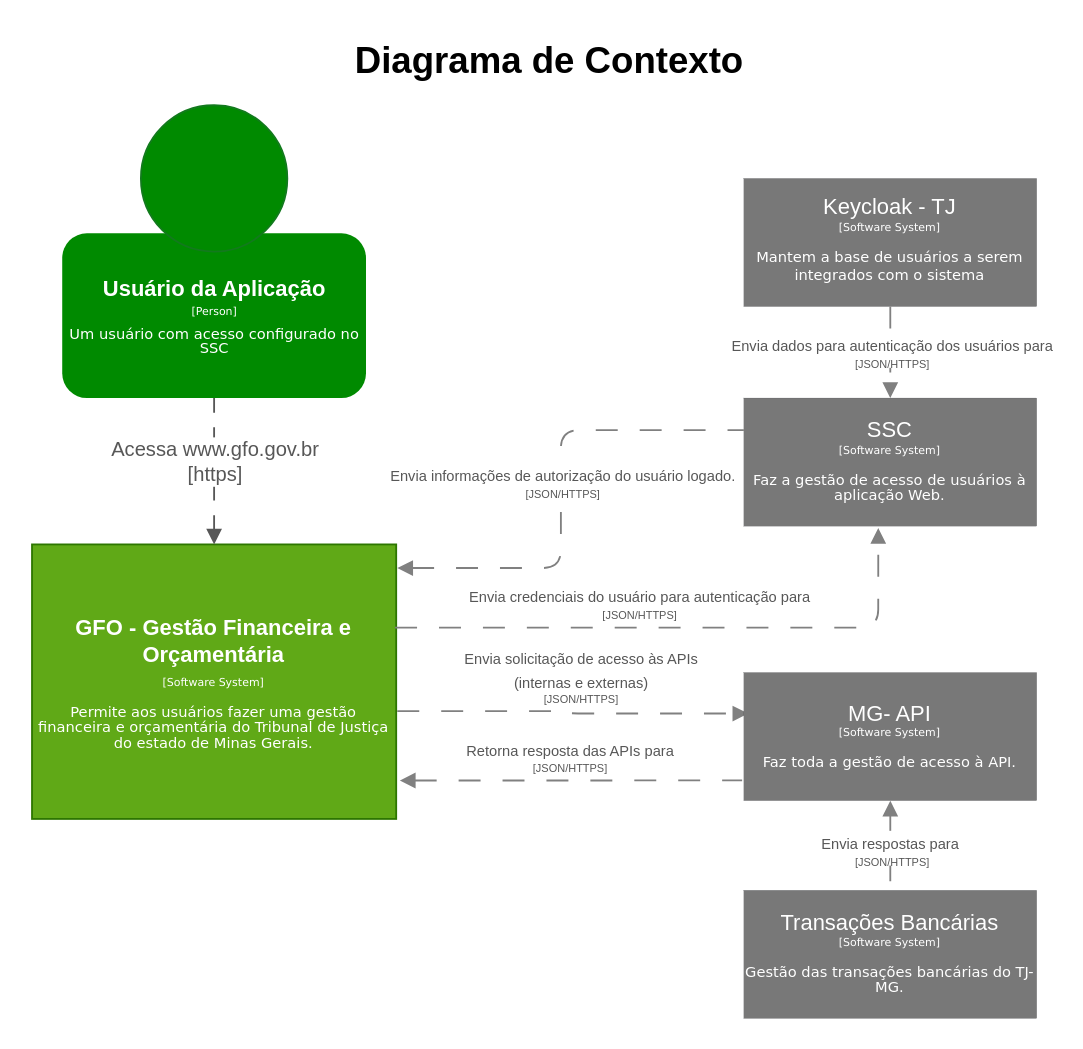
The draw.io diagram drawio/Diagrama Context v1.drawio in vitorecdias/drawio, before the edit. Source tidied: cells renumbered, new cells numbered last; positions are measured from the earlier drawing's top-left corner, leaving out a move shared by most shapes. Both pictures are drawn from the tidied source at 183%, with x=0, y=0 at pixel (31, 31).
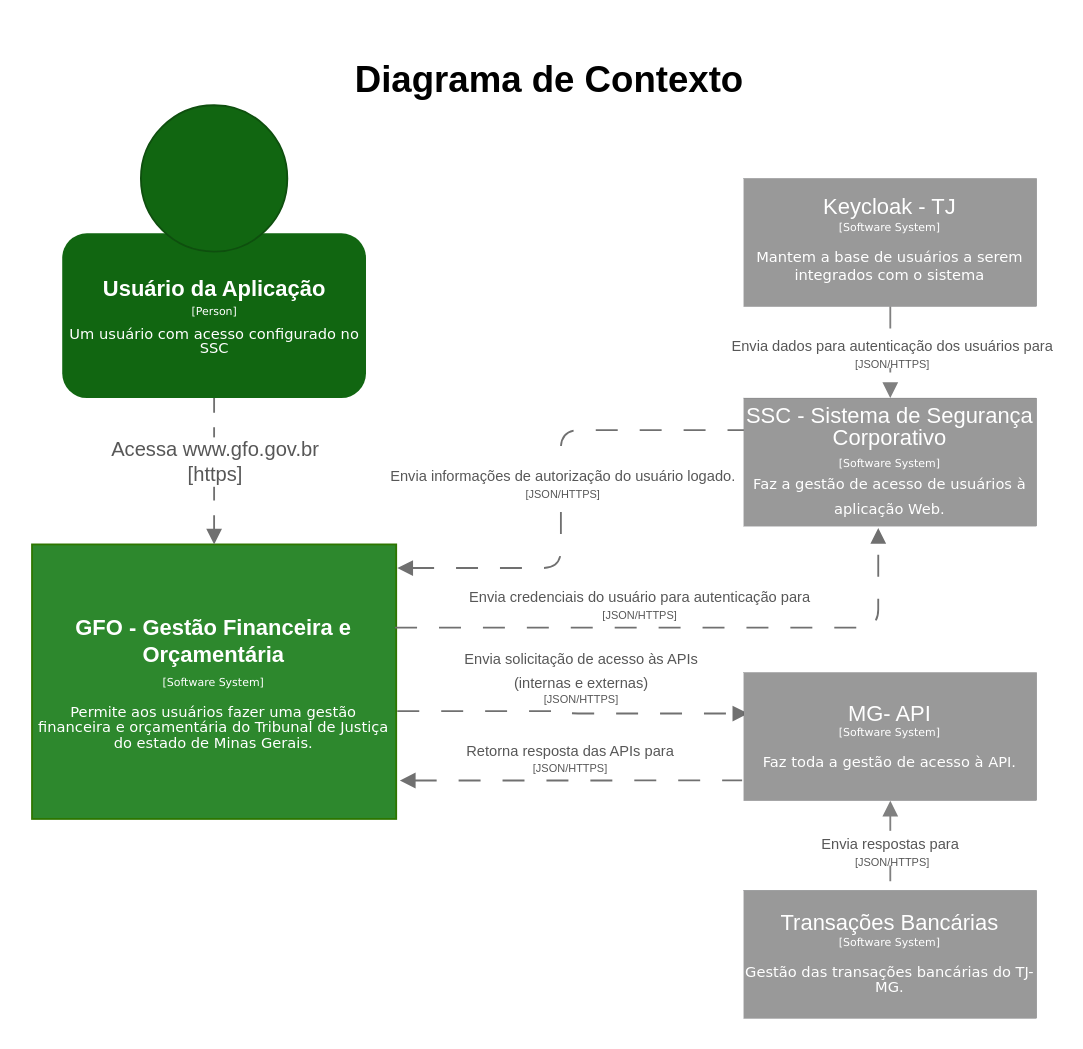
After the change.

The edit, as a diff of the source:
```diff
@@
     <mxCell id="2" value="&lt;font style=&quot;font-size: 20px;&quot;&gt;&lt;b&gt;Diagrama de Contexto&lt;/b&gt;&lt;/font&gt;" style="text;html=1;align=center;verticalAlign=middle;whiteSpace=wrap;rounded=0;" parent="1" vertex="1">
-      <mxGeometry x="118" width="330" height="30" as="geometry" />
+      <mxGeometry x="118" y="10" width="330" height="30" as="geometry" />
     </mxCell>
-    <mxCell id="3" style="edgeStyle=orthogonalEdgeStyle;rounded=1;jettySize=auto;html=1;curved=0;strokeColor=light-dark(#808080, #ededed);dashed=1;dashPattern=12 12;entryX=0.015;entryY=0.32;entryDx=0;entryDy=0;endArrow=block;endFill=1;exitX=1.003;exitY=0.607;exitDx=0;exitDy=0;exitPerimeter=0;entryPerimeter=0;" parent="1" edge="1" source="5" target="12">
+    <mxCell id="3" style="edgeStyle=orthogonalEdgeStyle;rounded=1;jettySize=auto;html=1;curved=0;strokeColor=light-dark(#707070,#EDEDED);dashed=1;dashPattern=12 12;entryX=0.015;entryY=0.32;entryDx=0;entryDy=0;endArrow=block;endFill=1;exitX=1.003;exitY=0.607;exitDx=0;exitDy=0;exitPerimeter=0;entryPerimeter=0;" parent="1" edge="1" source="5" target="12">
       <mxGeometry relative="1" as="geometry" />
     </mxCell>
@@
-    <mxCell id="5" value="&lt;div style=&quot;line-height: 70%;&quot;&gt;&lt;font&gt;&lt;b style=&quot;line-height: 130%;&quot;&gt;GFO - Gestão Financeira e Orçamentária&lt;/b&gt;&lt;/font&gt;&lt;div&gt;&lt;font face=&quot;Verdana&quot; style=&quot;font-size: 6px; line-height: 70%;&quot;&gt;[Software System]&lt;/font&gt;&lt;/div&gt;&lt;div&gt;&lt;font face=&quot;Verdana&quot; style=&quot;font-size: 6px; line-height: 70%;&quot;&gt;&lt;br&gt;&lt;/font&gt;&lt;/div&gt;&lt;div&gt;&lt;font face=&quot;Verdana&quot; style=&quot;line-height: 70%; font-size: 8px;&quot;&gt;Permite aos usuários fazer uma gestão financeira e orçamentária do Tribunal de Justiça do estado de Minas Gerais.&lt;/font&gt;&lt;/div&gt;&lt;/div&gt;" style="rounded=0;whiteSpace=wrap;html=1;fillColor=#60a917;fontColor=#ffffff;strokeColor=#2D7600;" parent="1" vertex="1">
+    <mxCell id="5" value="&lt;div style=&quot;line-height: 70%;&quot;&gt;&lt;font&gt;&lt;b style=&quot;line-height: 130%;&quot;&gt;GFO - Gestão Financeira e Orçamentária&lt;/b&gt;&lt;/font&gt;&lt;div&gt;&lt;font face=&quot;Verdana&quot; style=&quot;font-size: 6px; line-height: 70%;&quot;&gt;[Software System]&lt;/font&gt;&lt;/div&gt;&lt;div&gt;&lt;font face=&quot;Verdana&quot; style=&quot;font-size: 6px; line-height: 70%;&quot;&gt;&lt;br&gt;&lt;/font&gt;&lt;/div&gt;&lt;div&gt;&lt;font face=&quot;Verdana&quot; style=&quot;line-height: 70%; font-size: 8px;&quot;&gt;Permite aos usuários fazer uma gestão financeira e orçamentária do Tribunal de Justiça do estado de Minas Gerais.&lt;/font&gt;&lt;/div&gt;&lt;/div&gt;" style="rounded=0;whiteSpace=wrap;html=1;fillColor=#2D882D;fontColor=#ffffff;strokeColor=#2D7600;" parent="1" vertex="1">
       <mxGeometry y="280" width="199" height="150" as="geometry" />
     </mxCell>
-    <mxCell id="6" value="&lt;div style=&quot;line-height: 70%;&quot;&gt;SSC&lt;br&gt;&lt;div&gt;&lt;font style=&quot;font-size: 6px; line-height: 70%;&quot; face=&quot;Verdana&quot;&gt;[Software System]&lt;/font&gt;&lt;/div&gt;&lt;div&gt;&lt;font style=&quot;font-size: 6px; line-height: 70%;&quot; face=&quot;Verdana&quot;&gt;&lt;br&gt;&lt;/font&gt;&lt;/div&gt;&lt;div&gt;&lt;font style=&quot;line-height: 70%; font-size: 8px;&quot; face=&quot;Verdana&quot;&gt;Faz a gestão de acesso de usuários à aplicação Web.&lt;/font&gt;&lt;/div&gt;&lt;/div&gt;" style="rounded=0;whiteSpace=wrap;html=1;fillColor=light-dark(#787878, #515151);strokeColor=#36393d;fontColor=#FFFFFF;strokeWidth=0;" parent="1" vertex="1">
+    <mxCell id="6" value="&lt;div style=&quot;line-height: 100%;&quot;&gt;SSC - Sistema de Segurança Corporativo&lt;br&gt;&lt;div&gt;&lt;font style=&quot;font-size: 6px; line-height: 70%;&quot; face=&quot;Verdana&quot;&gt;[Software System]&lt;/font&gt;&lt;/div&gt;&lt;div&gt;&lt;span style=&quot;font-size: 8px; font-family: Verdana; background-color: transparent; color: light-dark(rgb(255, 255, 255), rgb(18, 18, 18));&quot;&gt;Faz a gestão de acesso de usuários à aplicação Web.&lt;/span&gt;&lt;/div&gt;&lt;/div&gt;" style="rounded=0;whiteSpace=wrap;html=1;fillColor=light-dark(#999999,#515151);strokeColor=#36393d;fontColor=#FFFFFF;strokeWidth=0;" parent="1" vertex="1">
       <mxGeometry x="389" y="200" width="160" height="70" as="geometry" />
     </mxCell>
-    <mxCell id="7" style="endArrow=block;html=1;rounded=0;exitX=0.5;exitY=1;exitDx=0;exitDy=0;entryX=0.5;entryY=0;entryDx=0;entryDy=0;dashed=1;dashPattern=8 8;strokeColor=#575757;endFill=1;" parent="1" edge="1" source="10" target="5">
+    <mxCell id="7" style="endArrow=block;html=1;rounded=0;exitX=0.5;exitY=1;exitDx=0;exitDy=0;entryX=0.5;entryY=0;entryDx=0;entryDy=0;dashed=1;dashPattern=8 8;strokeColor=#707070;endFill=1;" parent="1" edge="1" source="10" target="5">
       <mxGeometry relative="1" as="geometry" />
     </mxCell>
@@
-    <mxCell id="9" style="group;" parent="1" vertex="1">
-      <mxGeometry x="16.5" y="40" width="166" height="160" as="geometry" />
-    </mxCell>
-    <mxCell id="10" value="&lt;font style=&quot;line-height: 40%;&quot; face=&quot;Helvetica&quot;&gt;&lt;b&gt;&lt;font&gt;Usuário da Aplicação&lt;/font&gt;&lt;/b&gt;&lt;/font&gt;&lt;div style=&quot;line-height: 40%;&quot;&gt;&lt;font style=&quot;font-family: Verdana; font-size: 6px; line-height: 40%;&quot;&gt;[Person]&lt;/font&gt;&lt;/div&gt;&lt;div style=&quot;line-height: 40%;&quot;&gt;&lt;font face=&quot;Verdana&quot;&gt;&lt;span style=&quot;font-size: 6px;&quot;&gt;&lt;br&gt;&lt;/span&gt;&lt;/font&gt;&lt;div style=&quot;line-height: 60%;&quot;&gt;&lt;font style=&quot;font-size: 8px; line-height: 60%;&quot; face=&quot;Verdana&quot;&gt;Um usuário com acesso configurado no SSC&lt;/font&gt;&lt;/div&gt;&lt;/div&gt;" style="rounded=1;whiteSpace=wrap;html=1;fillColor=#008a00;strokeColor=none;fontColor=#ffffff;" parent="9" vertex="1">
-      <mxGeometry y="70" width="166" height="90" as="geometry" />
-    </mxCell>
-    <mxCell id="11" style="ellipse;whiteSpace=wrap;html=1;fillColor=#008a00;fontColor=#ffffff;strokeColor=light-dark(#127A1D,#EDEDED);" parent="9" vertex="1">
-      <mxGeometry x="43" width="80" height="80" as="geometry" />
-    </mxCell>
-    <mxCell id="12" value="&lt;div style=&quot;line-height: 70%;&quot;&gt;&lt;div&gt;&lt;font style=&quot;line-height: 70%;&quot;&gt;MG- API&lt;/font&gt;&lt;/div&gt;&lt;div&gt;&lt;font style=&quot;font-size: 6px; line-height: 70%;&quot; face=&quot;Verdana&quot;&gt;[Software System]&lt;/font&gt;&lt;/div&gt;&lt;div&gt;&lt;font style=&quot;font-size: 6px; line-height: 70%;&quot; face=&quot;Verdana&quot;&gt;&lt;br&gt;&lt;/font&gt;&lt;/div&gt;&lt;div&gt;&lt;font style=&quot;line-height: 70%; font-size: 8px;&quot; face=&quot;Verdana&quot;&gt;Faz toda a gestão de acesso à API.&lt;/font&gt;&lt;/div&gt;&lt;/div&gt;" style="rounded=0;whiteSpace=wrap;html=1;fillColor=light-dark(#787878, #515151);strokeColor=#36393d;fontColor=#FFFFFF;strokeWidth=0;" parent="1" vertex="1">
+    <mxCell id="12" value="&lt;div style=&quot;line-height: 70%;&quot;&gt;&lt;div&gt;&lt;font style=&quot;line-height: 70%;&quot;&gt;MG- API&lt;/font&gt;&lt;/div&gt;&lt;div&gt;&lt;font style=&quot;font-size: 6px; line-height: 70%;&quot; face=&quot;Verdana&quot;&gt;[Software System]&lt;/font&gt;&lt;/div&gt;&lt;div&gt;&lt;font style=&quot;font-size: 6px; line-height: 70%;&quot; face=&quot;Verdana&quot;&gt;&lt;br&gt;&lt;/font&gt;&lt;/div&gt;&lt;div&gt;&lt;font style=&quot;line-height: 70%; font-size: 8px;&quot; face=&quot;Verdana&quot;&gt;Faz toda a gestão de acesso à API.&lt;/font&gt;&lt;/div&gt;&lt;/div&gt;" style="rounded=0;whiteSpace=wrap;html=1;fillColor=light-dark(#999999,#515151);strokeColor=#36393d;fontColor=#FFFFFF;strokeWidth=0;" parent="1" vertex="1">
       <mxGeometry x="389" y="350" width="160" height="70" as="geometry" />
     </mxCell>
-    <mxCell id="13" value="&lt;div style=&quot;line-height: 70%;&quot;&gt;&lt;div&gt;&lt;font style=&quot;line-height: 70%;&quot;&gt;Transações Bancárias&lt;/font&gt;&lt;/div&gt;&lt;div&gt;&lt;font style=&quot;font-size: 6px; line-height: 70%;&quot; face=&quot;Verdana&quot;&gt;[Software System]&lt;/font&gt;&lt;/div&gt;&lt;div&gt;&lt;font style=&quot;font-size: 6px; line-height: 70%;&quot; face=&quot;Verdana&quot;&gt;&lt;br&gt;&lt;/font&gt;&lt;/div&gt;&lt;div&gt;&lt;font style=&quot;line-height: 70%; font-size: 8px;&quot; face=&quot;Verdana&quot;&gt;Gestão das transações bancárias do TJ-MG.&lt;/font&gt;&lt;/div&gt;&lt;/div&gt;" style="rounded=0;whiteSpace=wrap;html=1;fillColor=light-dark(#787878, #515151);strokeColor=#36393d;fontColor=#FFFFFF;strokeWidth=0;" parent="1" vertex="1">
+    <mxCell id="13" value="&lt;div style=&quot;line-height: 70%;&quot;&gt;&lt;div&gt;&lt;font style=&quot;line-height: 70%;&quot;&gt;Transações Bancárias&lt;/font&gt;&lt;/div&gt;&lt;div&gt;&lt;font style=&quot;font-size: 6px; line-height: 70%;&quot; face=&quot;Verdana&quot;&gt;[Software System]&lt;/font&gt;&lt;/div&gt;&lt;div&gt;&lt;font style=&quot;font-size: 6px; line-height: 70%;&quot; face=&quot;Verdana&quot;&gt;&lt;br&gt;&lt;/font&gt;&lt;/div&gt;&lt;div&gt;&lt;font style=&quot;line-height: 70%; font-size: 8px;&quot; face=&quot;Verdana&quot;&gt;Gestão das transações bancárias do TJ-MG.&lt;/font&gt;&lt;/div&gt;&lt;/div&gt;" style="rounded=0;whiteSpace=wrap;html=1;fillColor=light-dark(#999999,#515151);strokeColor=#36393d;fontColor=#FFFFFF;strokeWidth=0;" parent="1" vertex="1">
       <mxGeometry x="389" y="469" width="160" height="70" as="geometry" />
     </mxCell>
@@
-    <mxCell id="16" style="edgeStyle=orthogonalEdgeStyle;rounded=1;jettySize=auto;html=1;curved=0;strokeColor=light-dark(#808080, #ededed);dashed=1;dashPattern=12 12;entryX=0;entryY=0.25;entryDx=0;entryDy=0;exitX=1.003;exitY=0.086;exitDx=0;exitDy=0;endArrow=none;endFill=1;startArrow=block;startFill=1;exitPerimeter=0;" parent="1" edge="1" source="5" target="6">
+    <mxCell id="16" style="edgeStyle=orthogonalEdgeStyle;rounded=1;jettySize=auto;html=1;curved=0;strokeColor=light-dark(#707070,#EDEDED);dashed=1;dashPattern=12 12;entryX=0;entryY=0.25;entryDx=0;entryDy=0;exitX=1.003;exitY=0.086;exitDx=0;exitDy=0;endArrow=none;endFill=1;startArrow=block;startFill=1;exitPerimeter=0;" parent="1" edge="1" source="5" target="6">
       <mxGeometry relative="1" as="geometry">
         <Array as="points">
           <mxPoint x="289" y="293" />
           <mxPoint x="289" y="218" />
         </Array>
       </mxGeometry>
     </mxCell>
@@
-    <mxCell id="18" value="&lt;div style=&quot;line-height: 70%;&quot;&gt;Keycloak - TJ&lt;br&gt;&lt;div&gt;&lt;font style=&quot;font-size: 6px; line-height: 70%;&quot; face=&quot;Verdana&quot;&gt;[Software System]&lt;/font&gt;&lt;/div&gt;&lt;div&gt;&lt;font style=&quot;font-size: 6px; line-height: 70%;&quot; face=&quot;Verdana&quot;&gt;&lt;br&gt;&lt;/font&gt;&lt;/div&gt;&lt;div&gt;&lt;font face=&quot;Verdana&quot;&gt;&lt;span style=&quot;font-size: 8px;&quot;&gt;Mantem a base de usuários a serem integrados com o sistema&lt;/span&gt;&lt;/font&gt;&lt;/div&gt;&lt;/div&gt;" style="rounded=0;whiteSpace=wrap;html=1;fillColor=light-dark(#787878, #515151);strokeColor=#36393d;fontColor=#FFFFFF;strokeWidth=0;" parent="1" vertex="1">
+    <mxCell id="18" value="&lt;div style=&quot;line-height: 70%;&quot;&gt;Keycloak - TJ&lt;br&gt;&lt;div&gt;&lt;font style=&quot;font-size: 6px; line-height: 70%;&quot; face=&quot;Verdana&quot;&gt;[Software System]&lt;/font&gt;&lt;/div&gt;&lt;div&gt;&lt;font style=&quot;font-size: 6px; line-height: 70%;&quot; face=&quot;Verdana&quot;&gt;&lt;br&gt;&lt;/font&gt;&lt;/div&gt;&lt;div&gt;&lt;font face=&quot;Verdana&quot;&gt;&lt;span style=&quot;font-size: 8px;&quot;&gt;Mantem a base de usuários a serem integrados com o sistema&lt;/span&gt;&lt;/font&gt;&lt;/div&gt;&lt;/div&gt;" style="rounded=0;whiteSpace=wrap;html=1;fillColor=light-dark(#999999,#515151);strokeColor=#36393d;fontColor=#FFFFFF;strokeWidth=0;" parent="1" vertex="1">
       <mxGeometry x="389" y="80" width="160" height="70" as="geometry" />
     </mxCell>
@@
-    <mxCell id="21" style="edgeStyle=orthogonalEdgeStyle;rounded=1;jettySize=auto;html=1;curved=0;strokeColor=light-dark(#808080, #ededed);dashed=1;dashPattern=12 12;entryX=0.459;entryY=1.015;entryDx=0;entryDy=0;exitX=0.997;exitY=0.303;exitDx=0;exitDy=0;endArrow=block;endFill=1;startArrow=none;startFill=0;entryPerimeter=0;exitPerimeter=0;" parent="1" edge="1" source="5" target="6">
+    <mxCell id="21" style="edgeStyle=orthogonalEdgeStyle;rounded=1;jettySize=auto;html=1;curved=0;strokeColor=light-dark(#707070,#EDEDED);dashed=1;dashPattern=12 12;entryX=0.459;entryY=1.015;entryDx=0;entryDy=0;exitX=0.997;exitY=0.303;exitDx=0;exitDy=0;endArrow=block;endFill=1;startArrow=none;startFill=0;entryPerimeter=0;exitPerimeter=0;" parent="1" edge="1" source="5" target="6">
       <mxGeometry relative="1" as="geometry" />
     </mxCell>
@@
-    <mxCell id="23" style="edgeStyle=orthogonalEdgeStyle;rounded=1;jettySize=auto;html=1;curved=0;strokeColor=light-dark(#808080, #ededed);dashed=1;dashPattern=12 12;entryX=-0.006;entryY=0.842;entryDx=0;entryDy=0;endArrow=none;endFill=1;exitX=1.01;exitY=0.86;exitDx=0;exitDy=0;startArrow=block;startFill=1;entryPerimeter=0;exitPerimeter=0;" parent="1" edge="1" source="5" target="12">
+    <mxCell id="23" style="edgeStyle=orthogonalEdgeStyle;rounded=1;jettySize=auto;html=1;curved=0;strokeColor=light-dark(#707070,#EDEDED);dashed=1;dashPattern=12 12;entryX=-0.006;entryY=0.842;entryDx=0;entryDy=0;endArrow=none;endFill=1;exitX=1.01;exitY=0.86;exitDx=0;exitDy=0;startArrow=block;startFill=1;entryPerimeter=0;exitPerimeter=0;" parent="1" edge="1" source="5" target="12">
       <mxGeometry relative="1" as="geometry" />
     </mxCell>
@@
+    <mxCell id="9" style="group;" parent="1" vertex="1">
+      <mxGeometry x="16.5" y="40" width="166" height="160" as="geometry" />
+    </mxCell>
+    <mxCell id="10" value="&lt;font style=&quot;line-height: 40%;&quot; face=&quot;Helvetica&quot;&gt;&lt;b&gt;&lt;font&gt;Usuário da Aplicação&lt;/font&gt;&lt;/b&gt;&lt;/font&gt;&lt;div style=&quot;line-height: 40%;&quot;&gt;&lt;font style=&quot;font-family: Verdana; font-size: 6px; line-height: 40%;&quot;&gt;[Person]&lt;/font&gt;&lt;/div&gt;&lt;div style=&quot;line-height: 40%;&quot;&gt;&lt;font face=&quot;Verdana&quot;&gt;&lt;span style=&quot;font-size: 6px;&quot;&gt;&lt;br&gt;&lt;/span&gt;&lt;/font&gt;&lt;div style=&quot;line-height: 60%;&quot;&gt;&lt;font style=&quot;font-size: 8px; line-height: 60%;&quot; face=&quot;Verdana&quot;&gt;Um usuário com acesso configurado no SSC&lt;/font&gt;&lt;/div&gt;&lt;/div&gt;" style="rounded=1;whiteSpace=wrap;html=1;fillColor=#116611;strokeColor=none;fontColor=#ffffff;" parent="9" vertex="1">
+      <mxGeometry y="70" width="166" height="90" as="geometry" />
+    </mxCell>
+    <mxCell id="11" style="ellipse;whiteSpace=wrap;html=1;fillColor=#116611;fontColor=#ffffff;strokeColor=light-dark(#0E4F0E,#EDEDED);" parent="9" vertex="1">
+      <mxGeometry x="43" width="80" height="80" as="geometry" />
+    </mxCell>
```
